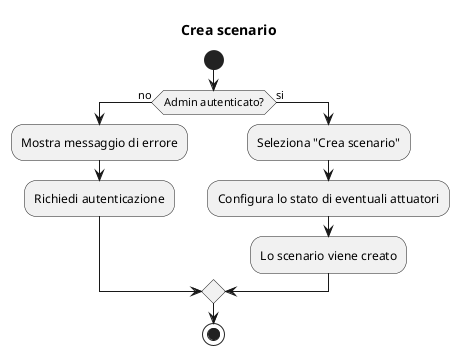
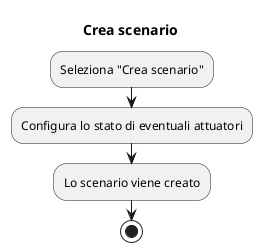
@startuml creascenario
title Crea scenario

- start
- if (Admin autenticato?) then (no)
-     :Mostra messaggio di errore;
-     :Richiedi autenticazione;

- else (si)
    :Seleziona "Crea scenario";
    :Configura lo stato di eventuali attuatori;
    :Lo scenario viene creato;
- endif
+ 
stop
@enduml